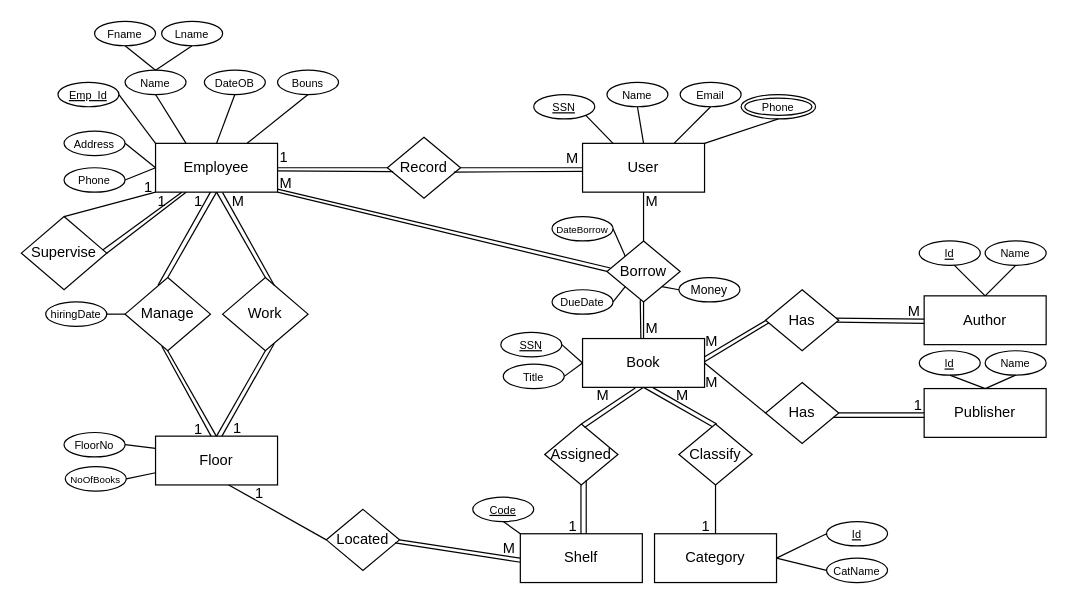
The draw.io diagram ERD/Library.drawio in omareldesokyy/ERD, before the edit. Source tidied: cells renumbered, new cells numbered last; positions are measured from the earlier drawing's top-left corner, leaving out a move shared by most shapes. Both pictures are drawn from the tidied source at 122%, with x=0, y=0 at pixel (21, 21).
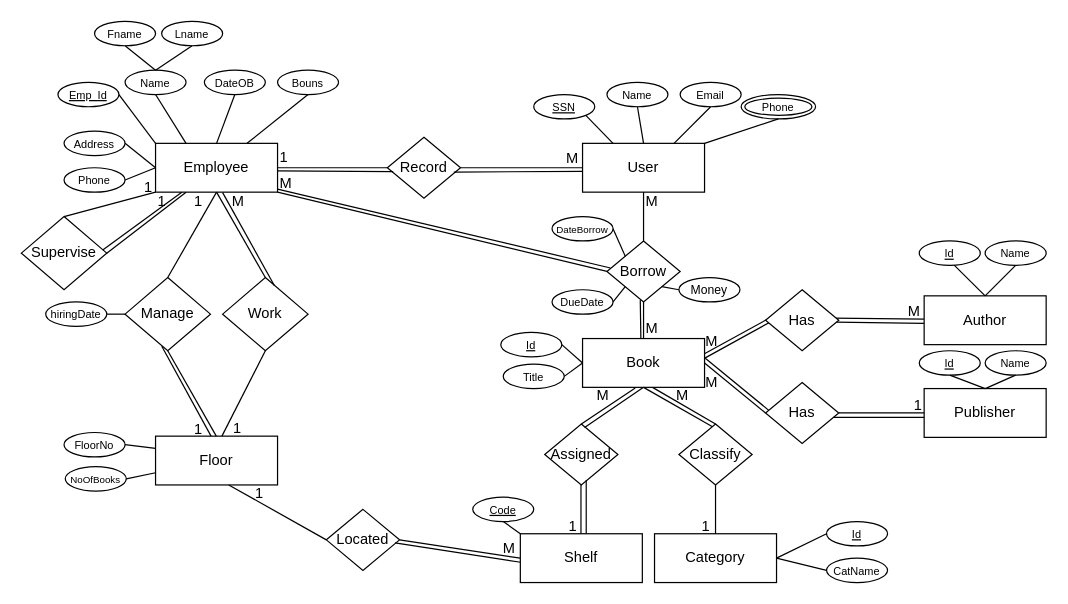
The same page after the edit.

The change refers to these unchanged cells:
```xml
<mxCell id="3" value="Book" style="whiteSpace=wrap;html=1;align=center;" parent="1" vertex="1">
  <mxGeometry x="460" y="260" width="100" height="40" as="geometry" />
</mxCell>
<mxCell id="5" value="Floor" style="whiteSpace=wrap;html=1;align=center;" parent="1" vertex="1">
  <mxGeometry x="110" y="340" width="100" height="40" as="geometry" />
</mxCell>
<mxCell id="12" value="Manage" style="shape=rhombus;perimeter=rhombusPerimeter;whiteSpace=wrap;html=1;align=center;" parent="1" vertex="1">
  <mxGeometry x="85" y="210" width="70" height="60" as="geometry" />
</mxCell>
<mxCell id="15" value="Work" style="shape=rhombus;perimeter=rhombusPerimeter;whiteSpace=wrap;html=1;align=center;" parent="1" vertex="1">
  <mxGeometry x="165" y="210" width="70" height="60" as="geometry" />
</mxCell>
<mxCell id="24" value="Has" style="shape=rhombus;perimeter=rhombusPerimeter;whiteSpace=wrap;html=1;align=center;" parent="1" vertex="1">
  <mxGeometry x="610" y="296" width="60" height="50" as="geometry" />
</mxCell>
<mxCell id="26" value="Classify" style="shape=rhombus;perimeter=rhombusPerimeter;whiteSpace=wrap;html=1;align=center;" parent="1" vertex="1">
  <mxGeometry x="539" y="330" width="60" height="50" as="geometry" />
</mxCell>
```

Diff of the diagram source:
```diff
@@
-    <mxCell id="16" style="endArrow=none;html=1;rounded=0;exitX=0.5;exitY=0;exitDx=0;exitDy=0;entryX=0.5;entryY=1;entryDx=0;entryDy=0;" parent="1" edge="1" source="5" target="15">
-      <mxGeometry relative="1" as="geometry" />
-    </mxCell>
@@
-    <mxCell id="23" style="endArrow=none;html=1;rounded=0;exitX=0.047;exitY=0.559;exitDx=0;exitDy=0;entryX=1;entryY=0.5;entryDx=0;entryDy=0;exitPerimeter=0;" parent="1" edge="1">
+    <mxCell id="23" style="endArrow=none;html=1;rounded=0;exitX=0.047;exitY=0.559;exitDx=0;exitDy=0;entryX=1.002;entryY=0.401;entryDx=0;entryDy=0;exitPerimeter=0;entryPerimeter=0;" parent="1" edge="1" target="3">
       <mxGeometry relative="1" as="geometry">
         <mxPoint x="612.8" y="247" as="sourcePoint" />
-        <mxPoint x="560" y="279" as="targetPoint" />
       </mxGeometry>
     </mxCell>
@@
-    <mxCell id="65" style="endArrow=none;html=1;rounded=0;exitX=0.544;exitY=0.026;exitDx=0;exitDy=0;entryX=0.604;entryY=0.918;entryDx=0;entryDy=0;entryPerimeter=0;exitPerimeter=0;" parent="1" edge="1">
+    <mxCell id="65" style="endArrow=none;html=1;rounded=0;exitX=0.544;exitY=0.026;exitDx=0;exitDy=0;entryX=0.5;entryY=1;entryDx=0;entryDy=0;exitPerimeter=0;" parent="1" edge="1" target="15">
       <mxGeometry relative="1" as="geometry">
         <mxPoint x="164.4" y="340" as="sourcePoint" />
-        <mxPoint x="207.3" y="264.1" as="targetPoint" />
       </mxGeometry>
     </mxCell>
@@
-    <mxCell id="81" value="&lt;font style=&quot;font-size: 9px;&quot;&gt;SSN&lt;/font&gt;" style="ellipse;whiteSpace=wrap;html=1;align=center;fontStyle=4;" parent="1" vertex="1">
+    <mxCell id="81" value="&lt;font style=&quot;font-size: 9px;&quot;&gt;Id&lt;/font&gt;" style="ellipse;whiteSpace=wrap;html=1;align=center;fontStyle=4;" parent="1" vertex="1">
       <mxGeometry x="393" y="255" width="50" height="20" as="geometry" />
     </mxCell>
@@
-    <mxCell id="101" style="endArrow=none;html=1;rounded=0;exitX=0.1;exitY=0.394;exitDx=0;exitDy=0;entryX=1.001;entryY=0.371;entryDx=0;entryDy=0;exitPerimeter=0;entryPerimeter=0;" parent="1" edge="1" target="3">
+    <mxCell id="101" style="endArrow=none;html=1;rounded=0;exitX=0.1;exitY=0.394;exitDx=0;exitDy=0;entryX=1.003;entryY=0.305;entryDx=0;entryDy=0;exitPerimeter=0;entryPerimeter=0;" parent="1" edge="1" target="3">
       <mxGeometry relative="1" as="geometry">
         <mxPoint x="616" y="241.7" as="sourcePoint" />
       </mxGeometry>
     </mxCell>
@@
-    <mxCell id="121" style="endArrow=none;html=1;rounded=0;entryX=0.577;entryY=1.006;entryDx=0;entryDy=0;entryPerimeter=0;" parent="1" edge="1" target="3">
-      <mxGeometry relative="1" as="geometry">
-        <mxPoint x="570" y="330" as="sourcePoint" />
-      </mxGeometry>
+    <mxCell id="121" style="endArrow=none;html=1;rounded=0;entryX=0.577;entryY=1.006;entryDx=0;entryDy=0;entryPerimeter=0;exitX=0.5;exitY=0;exitDx=0;exitDy=0;" parent="1" edge="1" source="26" target="3">
+      <mxGeometry relative="1" as="geometry" />
     </mxCell>
@@
-    <mxCell id="130" style="endArrow=none;html=1;rounded=0;exitX=0.387;exitY=0.104;exitDx=0;exitDy=0;entryX=0.5;entryY=1;entryDx=0;entryDy=0;exitPerimeter=0;" parent="1" edge="1" source="12">
-      <mxGeometry relative="1" as="geometry">
-        <mxPoint x="155" y="140" as="targetPoint" />
-      </mxGeometry>
-    </mxCell>
@@
+    <mxCell id="132" style="endArrow=none;html=1;rounded=0;exitX=0.045;exitY=0.457;exitDx=0;exitDy=0;exitPerimeter=0;entryX=1.006;entryY=0.403;entryDx=0;entryDy=0;entryPerimeter=0;" parent="1" edge="1" source="24" target="3">
+      <mxGeometry relative="1" as="geometry" />
+    </mxCell>
```
